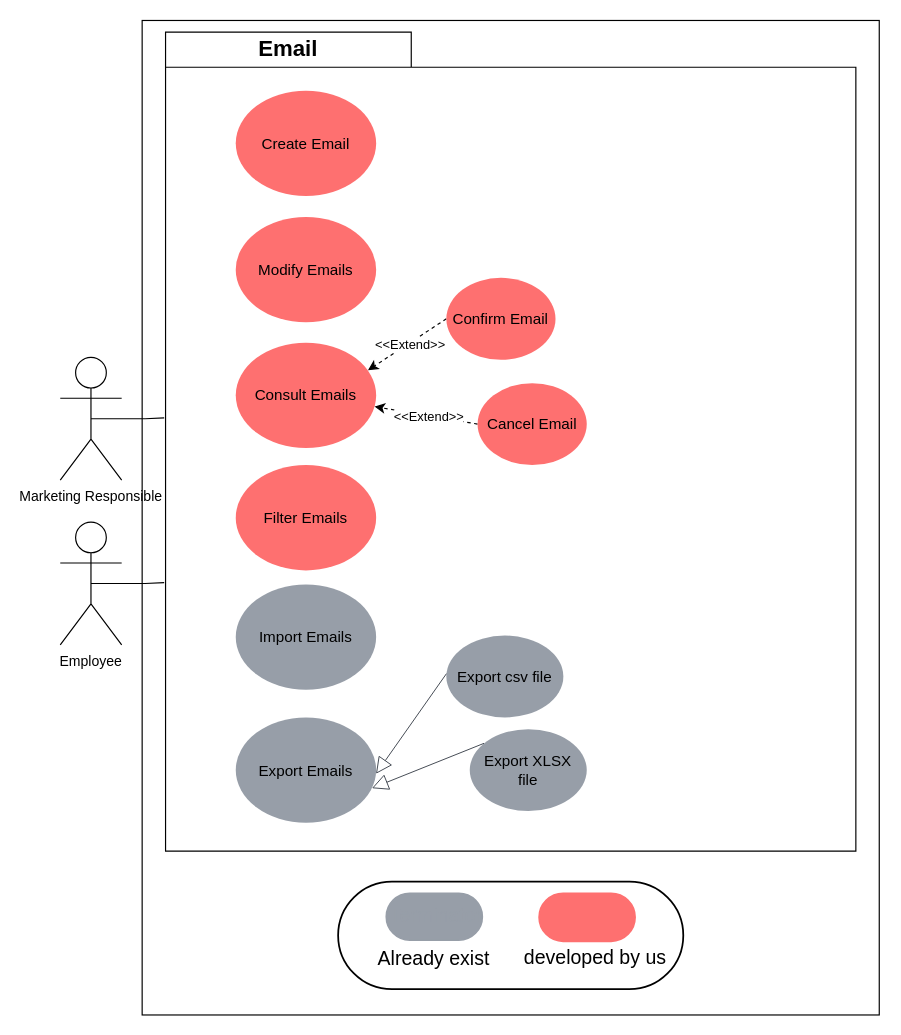
oarouay/CV keeps this draw.io diagram as Socialmedia.drawio. Above is the earlier version. Source tidied: cells renumbered, new cells numbered last; positions are measured from the earlier drawing's top-left corner, leaving out a move shared by most shapes. Both pictures are drawn from the tidied source at 117%, with x=0, y=0 at pixel (60, 20).
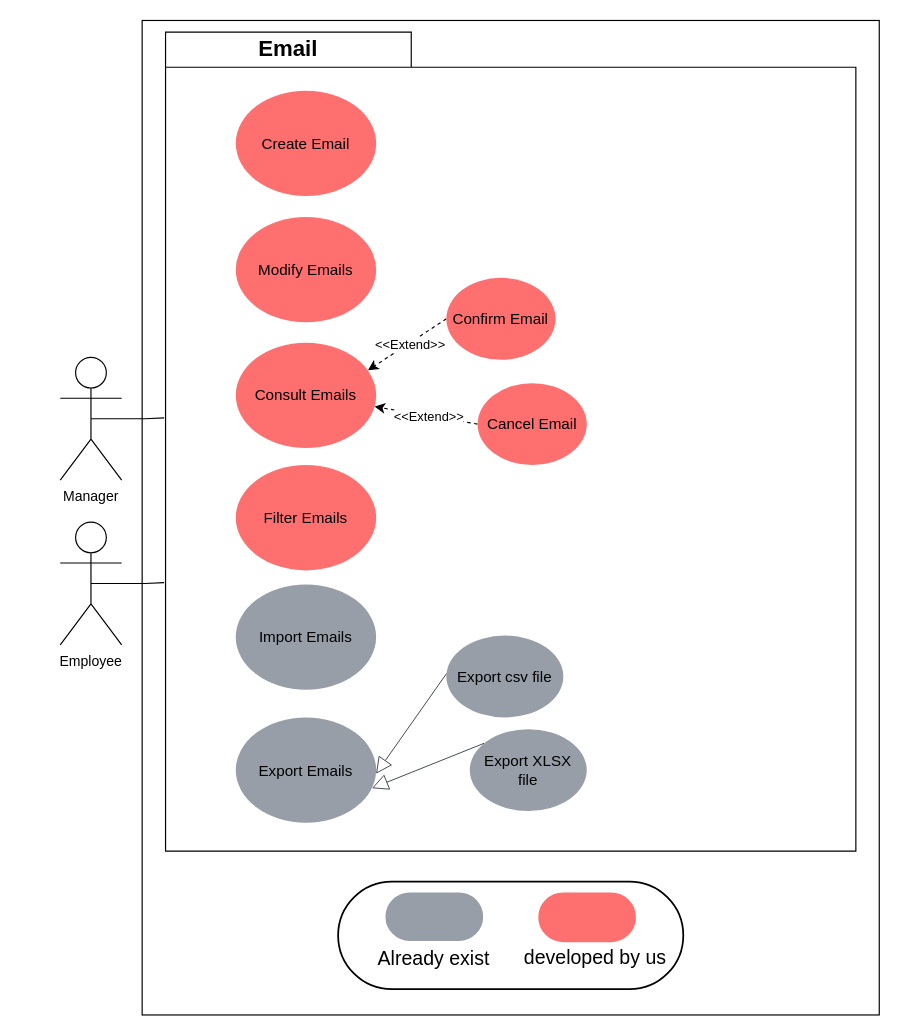
After the change.

The edit, as a diff of the source:
```diff
@@
-    <mxCell id="4" value="Marketing Responsible" style="shape=umlActor;verticalLabelPosition=bottom;verticalAlign=top;html=1;outlineConnect=0;" parent="1" vertex="1">
+    <mxCell id="4" value="Manager" style="shape=umlActor;verticalLabelPosition=bottom;verticalAlign=top;html=1;outlineConnect=0;" parent="1" vertex="1">
       <mxGeometry y="287.9" width="52.5" height="105" as="geometry" />
     </mxCell>
```
